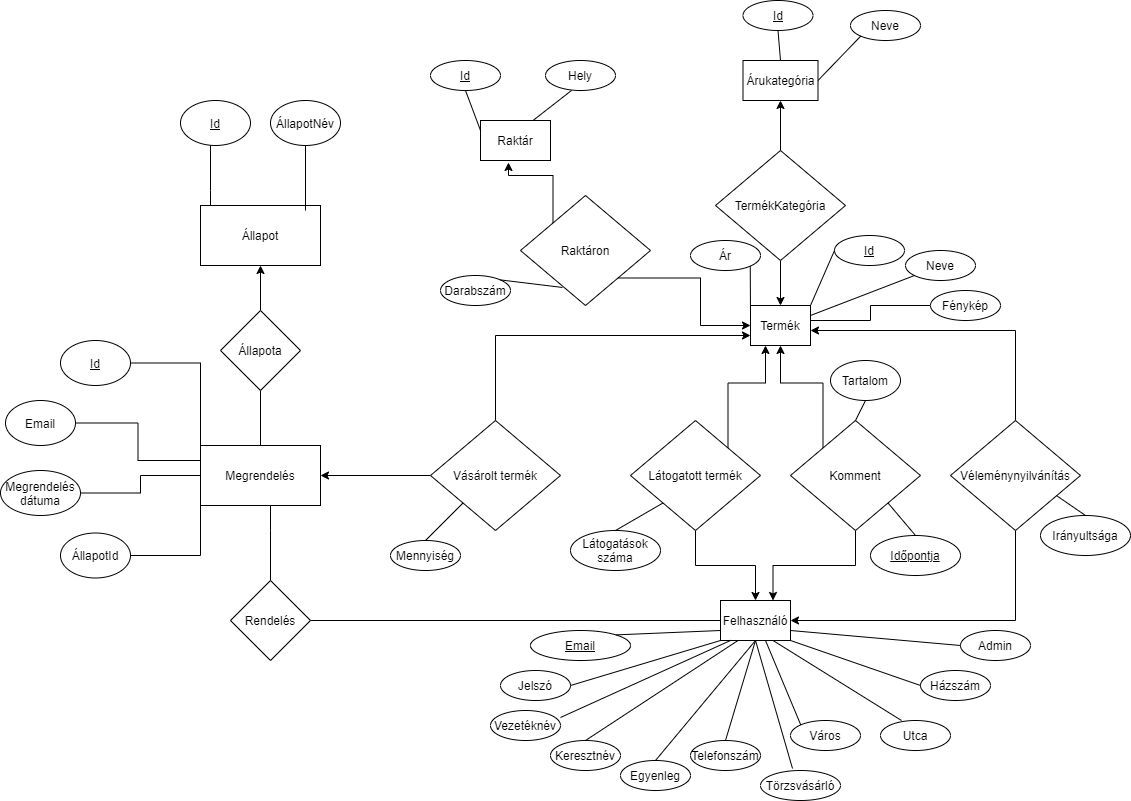
This is WebShop/Dokumentáció/EKdiagramm.png from szecsenyiferenc/adatbazisalapu-rendszerek, a draw.io export, as it was before one commit. Source tidied: cells renumbered, new cells last; positions are measured from the earlier drawing's top-left corner, leaving out a move shared by most shapes.
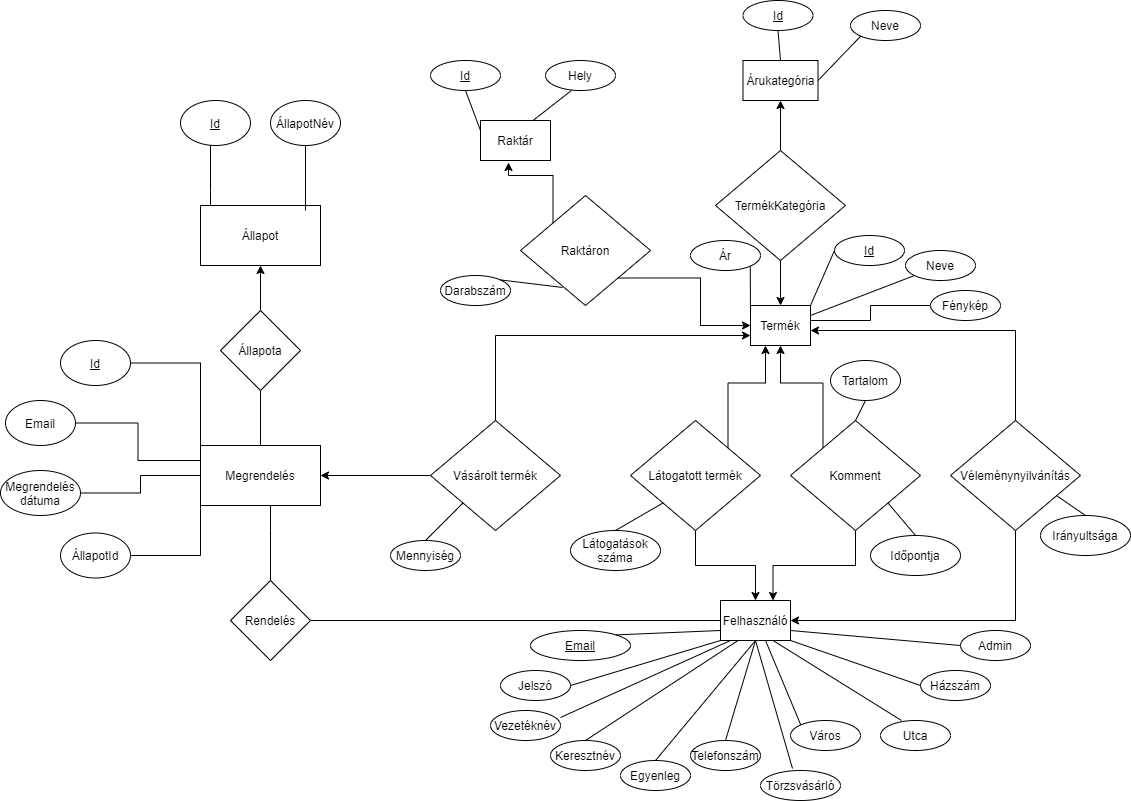
After the commit.

Change to the diagram source:
```diff
@@ -132,7 +132,7 @@
     <mxCell id="41" value="Látogatások száma" style="ellipse;whiteSpace=wrap;html=1;" parent="1" vertex="1">
       <mxGeometry x="570" y="530" width="90" height="40" as="geometry" />
     </mxCell>
-    <mxCell id="42" value="&lt;u&gt;Időpontja&lt;/u&gt;" style="ellipse;whiteSpace=wrap;html=1;" parent="1" vertex="1">
+    <mxCell id="42" value="Időpontja" style="ellipse;whiteSpace=wrap;html=1;" parent="1" vertex="1">
       <mxGeometry x="870" y="535" width="90" height="40" as="geometry" />
     </mxCell>
     <mxCell id="43" value="Irányultsága" style="ellipse;whiteSpace=wrap;html=1;" parent="1" vertex="1">
```
